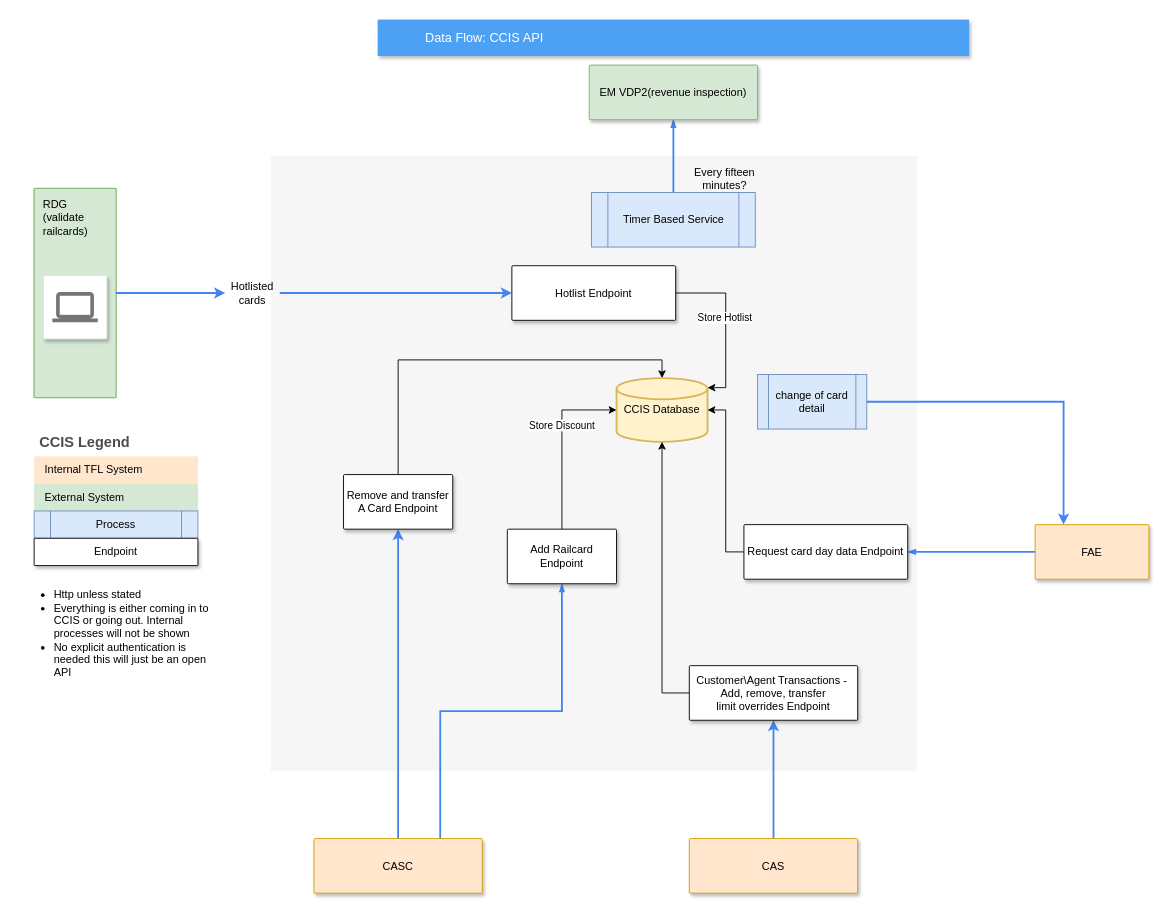
The draw.io diagram CCIS-API.drawio in mattwatts36/drawings, before the edit. Source tidied: cells renumbered, new cells numbered last; positions are measured from the earlier drawing's top-left corner, leaving out a move shared by most shapes. Both pictures are drawn from the tidied source at 91%, with x=0, y=0 at pixel (15, 19).
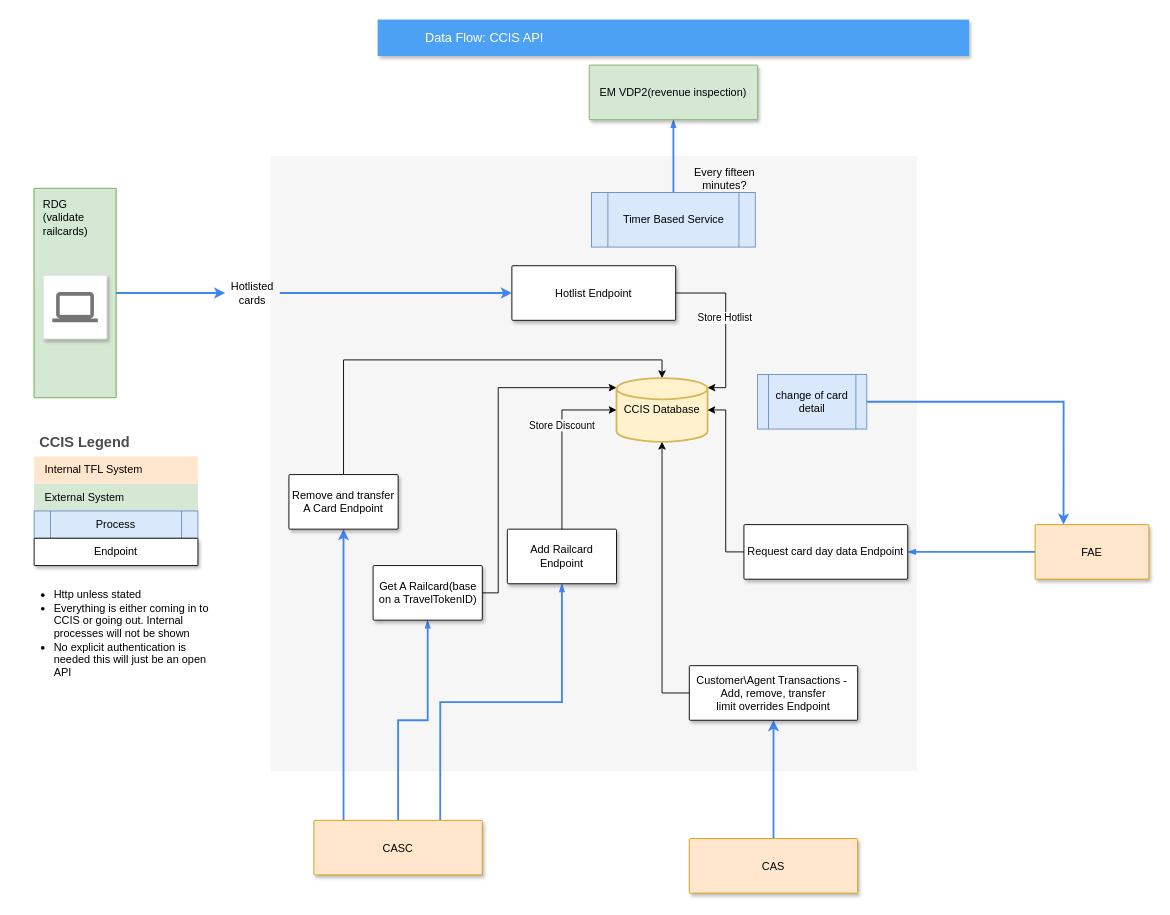
After the change.

Commit message:
Added Get A Railcard

Unchanged cells that the change refers to:
```xml
<mxCell id="15" value="CCIS Database" style="strokeWidth=2;html=1;shape=mxgraph.flowchart.database;whiteSpace=wrap;fillColor=#fff2cc;strokeColor=#d6b656;" parent="1" vertex="1">
  <mxGeometry x="660" y="394" width="100" height="70" as="geometry" />
</mxCell>
```

The edit, as a diff of the source:
```diff
@@
     <mxCell id="8" style="edgeStyle=orthogonalEdgeStyle;rounded=0;jettySize=auto;html=1;strokeColor=#4284F3;strokeWidth=2;" parent="1" edge="1" source="9" target="34">
-      <mxGeometry relative="1" as="geometry" />
+      <mxGeometry relative="1" as="geometry">
+        <Array as="points">
+          <mxPoint x="360" y="800" />
+          <mxPoint x="360" y="800" />
+        </Array>
+      </mxGeometry>
     </mxCell>
+    <mxCell id="45" style="edgeStyle=orthogonalEdgeStyle;rounded=0;jettySize=auto;html=1;entryX=0.5;entryY=1;entryDx=0;entryDy=0;strokeColor=#4284F3;dashed=0;strokeWidth=2;align=left;verticalAlign=middle;fontFamily=Helvetica;fontSize=12;fontColor=#000000;labelBackgroundColor=none;elbow=vertical;startFill=1;startSize=4;endArrow=blockThin;endFill=1;endSize=4;" parent="1" edge="1" source="9" target="47">
+      <mxGeometry relative="1" as="geometry" />
+    </mxCell>
     <mxCell id="9" value="CASC" style="strokeColor=#d79b00;shadow=1;strokeWidth=1;rounded=1;absoluteArcSize=1;arcSize=2;fillColor=#ffe6cc;" parent="1" vertex="1">
-      <mxGeometry x="327.5" y="900" width="185" height="60" as="geometry" />
+      <mxGeometry x="327.5" y="880" width="185" height="60" as="geometry" />
     </mxCell>
@@
     <mxCell id="34" value="Remove and transfer A Card Endpoint" style="whiteSpace=wrap;html=1;shadow=1;strokeWidth=1;rounded=1;arcSize=2;" parent="1" vertex="1">
-      <mxGeometry x="360" y="500" width="120" height="60" as="geometry" />
+      <mxGeometry x="300" y="500" width="120" height="60" as="geometry" />
     </mxCell>
@@
+    <mxCell id="46" style="edgeStyle=orthogonalEdgeStyle;rounded=0;jettySize=auto;html=1;entryX=0;entryY=0.15;entryDx=0;entryDy=0;entryPerimeter=0;" parent="1" edge="1" source="47" target="15">
+      <mxGeometry relative="1" as="geometry">
+        <Array as="points">
+          <mxPoint x="530" y="630" />
+          <mxPoint x="530" y="405" />
+        </Array>
+      </mxGeometry>
+    </mxCell>
+    <mxCell id="47" value="Get A Railcard(base on a TravelTokenID)" style="whiteSpace=wrap;html=1;shadow=1;strokeWidth=1;rounded=1;arcSize=2;" parent="1" vertex="1">
+      <mxGeometry x="392.5" y="600" width="120" height="60" as="geometry" />
+    </mxCell>
```
